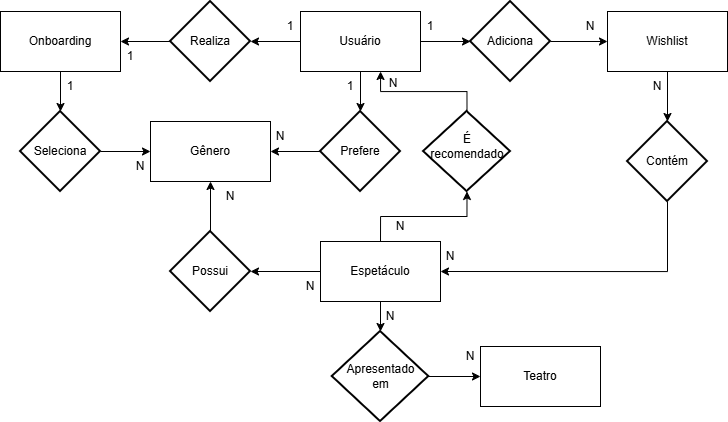
Above: assets/diagrama_logico.png in Kdu07/recomendashow (draw.io), before the change. Source tidied: cells renumbered, new cells last; positions are measured from the earlier drawing's top-left corner, leaving out a move shared by most shapes.
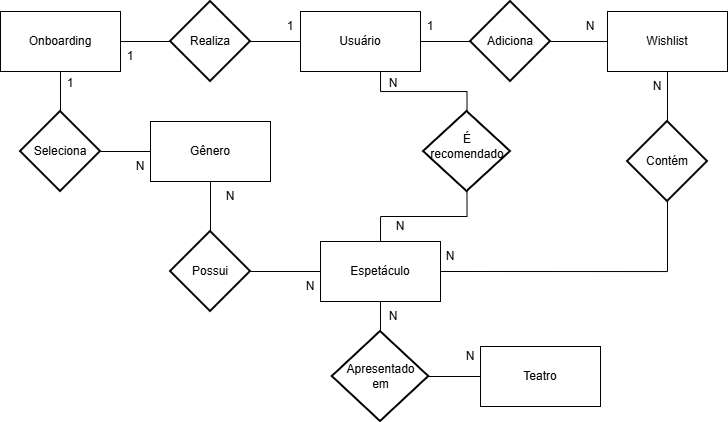
Later version of the same file.

Commit message:
docs: alteração da imagem do template do diagrama lógico, agora com a nomenclatura correta das setas para cada entidade

Change to the diagram source:
```diff
@@ -5,7 +5,7 @@
     <mxCell id="2" value="&lt;p dir=&quot;auto&quot; style=&quot;white-space: pre-wrap;&quot;&gt;Teatro&lt;/p&gt;" style="rounded=0;whiteSpace=wrap;html=1;" parent="1" vertex="1">
       <mxGeometry x="480" y="345" width="120" height="60" as="geometry" />
     </mxCell>
-    <mxCell id="3" style="edgeStyle=orthogonalEdgeStyle;rounded=0;jettySize=auto;html=1;exitX=0;exitY=0.5;exitDx=0;exitDy=0;" parent="1" edge="1" source="4" target="19">
+    <mxCell id="3" style="edgeStyle=orthogonalEdgeStyle;rounded=0;jettySize=auto;html=1;exitX=0;exitY=0.5;exitDx=0;exitDy=0;endArrow=none;endFill=0;" parent="1" edge="1" source="4" target="19">
       <mxGeometry relative="1" as="geometry" />
     </mxCell>
     <mxCell id="4" value="&lt;p dir=&quot;auto&quot; style=&quot;white-space: pre-wrap;&quot;&gt;Espetáculo&lt;/p&gt;" style="rounded=0;whiteSpace=wrap;html=1;" parent="1" vertex="1">
@@ -20,76 +20,67 @@
     <mxCell id="7" value="&lt;p dir=&quot;auto&quot; style=&quot;white-space: pre-wrap;&quot;&gt;Wishlist&lt;/p&gt;" style="rounded=0;whiteSpace=wrap;html=1;" parent="1" vertex="1">
       <mxGeometry x="607" y="10" width="120" height="60" as="geometry" />
     </mxCell>
-    <mxCell id="8" style="edgeStyle=orthogonalEdgeStyle;rounded=0;jettySize=auto;html=1;exitX=0.5;exitY=1;exitDx=0;exitDy=0;" parent="1" edge="1" source="9" target="14">
+    <mxCell id="8" style="edgeStyle=orthogonalEdgeStyle;rounded=0;jettySize=auto;html=1;exitX=0.5;exitY=1;exitDx=0;exitDy=0;endArrow=none;endFill=0;" parent="1" edge="1" source="9" target="14">
       <mxGeometry relative="1" as="geometry" />
     </mxCell>
     <mxCell id="9" value="&lt;p dir=&quot;auto&quot; style=&quot;white-space: pre-wrap;&quot;&gt;Onboarding&lt;/p&gt;" style="rounded=0;whiteSpace=wrap;html=1;" parent="1" vertex="1">
       <mxGeometry y="10" width="120" height="60" as="geometry" />
     </mxCell>
-    <mxCell id="10" style="edgeStyle=orthogonalEdgeStyle;rounded=0;jettySize=auto;html=1;exitX=0;exitY=0.5;exitDx=0;exitDy=0;exitPerimeter=0;entryX=1;entryY=0.5;entryDx=0;entryDy=0;endArrow=classic;endFill=1;" parent="1" edge="1" source="11" target="9">
+    <mxCell id="10" style="edgeStyle=orthogonalEdgeStyle;rounded=0;jettySize=auto;html=1;exitX=0;exitY=0.5;exitDx=0;exitDy=0;exitPerimeter=0;entryX=1;entryY=0.5;entryDx=0;entryDy=0;endArrow=none;endFill=0;" parent="1" edge="1" source="11" target="9">
       <mxGeometry relative="1" as="geometry" />
     </mxCell>
     <mxCell id="11" value="Realiza" style="strokeWidth=2;html=1;shape=mxgraph.flowchart.decision;whiteSpace=wrap;" parent="1" vertex="1">
       <mxGeometry x="170" width="80" height="80" as="geometry" />
     </mxCell>
-    <mxCell id="12" style="edgeStyle=orthogonalEdgeStyle;rounded=0;jettySize=auto;html=1;exitX=0;exitY=0.5;exitDx=0;exitDy=0;entryX=1;entryY=0.5;entryDx=0;entryDy=0;entryPerimeter=0;endArrow=classic;endFill=1;" parent="1" edge="1" source="6" target="11">
+    <mxCell id="12" style="edgeStyle=orthogonalEdgeStyle;rounded=0;jettySize=auto;html=1;exitX=0;exitY=0.5;exitDx=0;exitDy=0;entryX=1;entryY=0.5;entryDx=0;entryDy=0;entryPerimeter=0;endArrow=none;endFill=0;" parent="1" edge="1" source="6" target="11">
       <mxGeometry relative="1" as="geometry" />
     </mxCell>
-    <mxCell id="13" style="edgeStyle=orthogonalEdgeStyle;rounded=0;jettySize=auto;html=1;exitX=1;exitY=0.5;exitDx=0;exitDy=0;exitPerimeter=0;entryX=0;entryY=0.5;entryDx=0;entryDy=0;" parent="1" edge="1" source="14" target="5">
+    <mxCell id="13" style="edgeStyle=orthogonalEdgeStyle;rounded=0;jettySize=auto;html=1;exitX=1;exitY=0.5;exitDx=0;exitDy=0;exitPerimeter=0;entryX=0;entryY=0.5;entryDx=0;entryDy=0;endArrow=none;endFill=0;" parent="1" edge="1" source="14" target="5">
       <mxGeometry relative="1" as="geometry" />
     </mxCell>
     <mxCell id="14" value="Seleciona" style="strokeWidth=2;html=1;shape=mxgraph.flowchart.decision;whiteSpace=wrap;" parent="1" vertex="1">
       <mxGeometry x="20" y="110" width="80" height="80" as="geometry" />
     </mxCell>
-    <mxCell id="15" style="edgeStyle=orthogonalEdgeStyle;rounded=0;jettySize=auto;html=1;exitX=0;exitY=0.5;exitDx=0;exitDy=0;exitPerimeter=0;" parent="1" edge="1" source="16" target="5">
-      <mxGeometry relative="1" as="geometry" />
-    </mxCell>
-    <mxCell id="16" value="Prefere" style="strokeWidth=2;html=1;shape=mxgraph.flowchart.decision;whiteSpace=wrap;" parent="1" vertex="1">
-      <mxGeometry x="320" y="110" width="80" height="80" as="geometry" />
-    </mxCell>
-    <mxCell id="17" style="edgeStyle=orthogonalEdgeStyle;rounded=0;jettySize=auto;html=1;exitX=0.5;exitY=1;exitDx=0;exitDy=0;entryX=0.5;entryY=0;entryDx=0;entryDy=0;entryPerimeter=0;" parent="1" edge="1" source="6" target="16">
-      <mxGeometry relative="1" as="geometry" />
-    </mxCell>
-    <mxCell id="18" style="edgeStyle=orthogonalEdgeStyle;rounded=0;jettySize=auto;html=1;exitX=0.5;exitY=0;exitDx=0;exitDy=0;exitPerimeter=0;entryX=0.5;entryY=1;entryDx=0;entryDy=0;" parent="1" edge="1" source="19" target="5">
+    <mxCell id="18" style="edgeStyle=orthogonalEdgeStyle;rounded=0;jettySize=auto;html=1;exitX=0.5;exitY=0;exitDx=0;exitDy=0;exitPerimeter=0;entryX=0.5;entryY=1;entryDx=0;entryDy=0;endArrow=none;endFill=0;" parent="1" edge="1" source="19" target="5">
       <mxGeometry relative="1" as="geometry" />
     </mxCell>
     <mxCell id="19" value="Possui" style="strokeWidth=2;html=1;shape=mxgraph.flowchart.decision;whiteSpace=wrap;" parent="1" vertex="1">
       <mxGeometry x="170" y="230" width="80" height="80" as="geometry" />
     </mxCell>
-    <mxCell id="20" style="edgeStyle=orthogonalEdgeStyle;rounded=0;jettySize=auto;html=1;exitX=1;exitY=0.5;exitDx=0;exitDy=0;exitPerimeter=0;entryX=0;entryY=0.5;entryDx=0;entryDy=0;" parent="1" edge="1" source="21" target="2">
+    <mxCell id="20" style="edgeStyle=orthogonalEdgeStyle;rounded=0;jettySize=auto;html=1;exitX=1;exitY=0.5;exitDx=0;exitDy=0;exitPerimeter=0;entryX=0;entryY=0.5;entryDx=0;entryDy=0;endArrow=none;endFill=0;" parent="1" edge="1" source="21" target="2">
       <mxGeometry relative="1" as="geometry" />
     </mxCell>
     <mxCell id="21" value="Apresentado&lt;div&gt;em&lt;/div&gt;" style="strokeWidth=2;html=1;shape=mxgraph.flowchart.decision;whiteSpace=wrap;" parent="1" vertex="1">
       <mxGeometry x="331.8" y="330" width="96.5" height="90" as="geometry" />
     </mxCell>
-    <mxCell id="22" style="edgeStyle=orthogonalEdgeStyle;rounded=0;jettySize=auto;html=1;exitX=1;exitY=0.5;exitDx=0;exitDy=0;exitPerimeter=0;entryX=0;entryY=0.5;entryDx=0;entryDy=0;" parent="1" edge="1" source="23" target="7">
+    <mxCell id="22" style="edgeStyle=orthogonalEdgeStyle;rounded=0;jettySize=auto;html=1;exitX=1;exitY=0.5;exitDx=0;exitDy=0;exitPerimeter=0;entryX=0;entryY=0.5;entryDx=0;entryDy=0;endArrow=none;endFill=0;" parent="1" edge="1" source="23" target="7">
       <mxGeometry relative="1" as="geometry" />
     </mxCell>
     <mxCell id="23" value="Adiciona" style="strokeWidth=2;html=1;shape=mxgraph.flowchart.decision;whiteSpace=wrap;" parent="1" vertex="1">
       <mxGeometry x="470" width="80" height="80" as="geometry" />
     </mxCell>
-    <mxCell id="24" style="edgeStyle=orthogonalEdgeStyle;rounded=0;jettySize=auto;html=1;exitX=1;exitY=0.5;exitDx=0;exitDy=0;entryX=0;entryY=0.5;entryDx=0;entryDy=0;entryPerimeter=0;" parent="1" edge="1" source="6" target="23">
+    <mxCell id="24" style="edgeStyle=orthogonalEdgeStyle;rounded=0;jettySize=auto;html=1;exitX=1;exitY=0.5;exitDx=0;exitDy=0;entryX=0;entryY=0.5;entryDx=0;entryDy=0;entryPerimeter=0;endArrow=none;endFill=0;" parent="1" edge="1" source="6" target="23">
       <mxGeometry relative="1" as="geometry" />
     </mxCell>
-    <mxCell id="25" style="edgeStyle=orthogonalEdgeStyle;rounded=0;jettySize=auto;html=1;exitX=0.5;exitY=1;exitDx=0;exitDy=0;exitPerimeter=0;entryX=1;entryY=0.5;entryDx=0;entryDy=0;" parent="1" edge="1" source="26" target="4">
+    <mxCell id="25" style="edgeStyle=orthogonalEdgeStyle;rounded=0;jettySize=auto;html=1;exitX=0.5;exitY=1;exitDx=0;exitDy=0;exitPerimeter=0;entryX=1;entryY=0.5;entryDx=0;entryDy=0;endArrow=none;endFill=0;" parent="1" edge="1" source="26" target="4">
       <mxGeometry relative="1" as="geometry" />
     </mxCell>
     <mxCell id="26" value="&lt;p dir=&quot;auto&quot; style=&quot;white-space: pre-wrap;&quot;&gt;Contém&lt;/p&gt;" style="strokeWidth=2;html=1;shape=mxgraph.flowchart.decision;whiteSpace=wrap;" parent="1" vertex="1">
       <mxGeometry x="627" y="120" width="80" height="80" as="geometry" />
     </mxCell>
-    <mxCell id="27" style="edgeStyle=orthogonalEdgeStyle;rounded=0;jettySize=auto;html=1;exitX=0.5;exitY=1;exitDx=0;exitDy=0;entryX=0.5;entryY=0;entryDx=0;entryDy=0;entryPerimeter=0;" parent="1" edge="1" source="7" target="26">
+    <mxCell id="27" style="edgeStyle=orthogonalEdgeStyle;rounded=0;jettySize=auto;html=1;exitX=0.5;exitY=1;exitDx=0;exitDy=0;entryX=0.5;entryY=0;entryDx=0;entryDy=0;entryPerimeter=0;endArrow=none;endFill=0;" parent="1" edge="1" source="7" target="26">
       <mxGeometry relative="1" as="geometry" />
     </mxCell>
-    <mxCell id="28" style="edgeStyle=orthogonalEdgeStyle;rounded=0;jettySize=auto;html=1;exitX=0.5;exitY=1;exitDx=0;exitDy=0;entryX=0.5;entryY=0;entryDx=0;entryDy=0;entryPerimeter=0;" parent="1" edge="1" source="4" target="21">
+    <mxCell id="28" style="edgeStyle=orthogonalEdgeStyle;rounded=0;jettySize=auto;html=1;exitX=0.5;exitY=1;exitDx=0;exitDy=0;entryX=0.5;entryY=0;entryDx=0;entryDy=0;entryPerimeter=0;endArrow=none;endFill=0;" parent="1" edge="1" source="4" target="21">
       <mxGeometry relative="1" as="geometry" />
     </mxCell>
     <mxCell id="29" style="strokeWidth=2;html=1;shape=mxgraph.flowchart.decision;whiteSpace=wrap;" parent="1" vertex="1">
       <mxGeometry x="423" y="110" width="87" height="80" as="geometry" />
     </mxCell>
-    <mxCell id="30" style="edgeStyle=orthogonalEdgeStyle;rounded=0;jettySize=auto;html=1;exitX=0.5;exitY=0;exitDx=0;exitDy=0;entryX=0.5;entryY=1;entryDx=0;entryDy=0;entryPerimeter=0;" parent="1" edge="1" source="4" target="29">
+    <mxCell id="30" style="edgeStyle=orthogonalEdgeStyle;rounded=0;jettySize=auto;html=1;exitX=0.5;exitY=0;exitDx=0;exitDy=0;entryX=0.5;entryY=1;entryDx=0;entryDy=0;entryPerimeter=0;endArrow=none;endFill=0;" parent="1" edge="1" source="4" target="29">
       <mxGeometry relative="1" as="geometry" />
     </mxCell>
-    <mxCell id="31" style="edgeStyle=orthogonalEdgeStyle;rounded=0;jettySize=auto;html=1;exitX=0.5;exitY=0;exitDx=0;exitDy=0;exitPerimeter=0;entryX=0.667;entryY=1;entryDx=0;entryDy=0;entryPerimeter=0;" parent="1" edge="1" source="29" target="6">
+    <mxCell id="31" style="edgeStyle=orthogonalEdgeStyle;rounded=0;jettySize=auto;html=1;exitX=0.5;exitY=0;exitDx=0;exitDy=0;exitPerimeter=0;entryX=0.667;entryY=1;entryDx=0;entryDy=0;entryPerimeter=0;endArrow=none;endFill=0;" parent="1" edge="1" source="29" target="6">
       <mxGeometry relative="1" as="geometry" />
     </mxCell>
     <mxCell id="32" value="1" style="text;html=1;whiteSpace=wrap;strokeColor=none;fillColor=none;align=center;verticalAlign=middle;rounded=0;" parent="1" vertex="1">
@@ -99,7 +90,7 @@
       <mxGeometry x="100" y="40" width="60" height="30" as="geometry" />
     </mxCell>
     <mxCell id="34" value="1" style="text;html=1;whiteSpace=wrap;strokeColor=none;fillColor=none;align=center;verticalAlign=middle;rounded=0;" parent="1" vertex="1">
-      <mxGeometry x="40" y="70" width="60" height="30" as="geometry" />
+      <mxGeometry x="40" y="67" width="60" height="30" as="geometry" />
     </mxCell>
     <mxCell id="35" value="N" style="text;html=1;whiteSpace=wrap;strokeColor=none;fillColor=none;align=center;verticalAlign=middle;rounded=0;" parent="1" vertex="1">
       <mxGeometry x="110" y="150" width="60" height="30" as="geometry" />
@@ -110,14 +101,8 @@
     <mxCell id="37" value="N" style="text;html=1;whiteSpace=wrap;strokeColor=none;fillColor=none;align=center;verticalAlign=middle;rounded=0;" parent="1" vertex="1">
       <mxGeometry x="200" y="180" width="60" height="30" as="geometry" />
     </mxCell>
-    <mxCell id="38" value="1" style="text;html=1;whiteSpace=wrap;strokeColor=none;fillColor=none;align=center;verticalAlign=middle;rounded=0;" parent="1" vertex="1">
-      <mxGeometry x="320" y="70" width="60" height="30" as="geometry" />
-    </mxCell>
-    <mxCell id="39" value="N" style="text;html=1;whiteSpace=wrap;strokeColor=none;fillColor=none;align=center;verticalAlign=middle;rounded=0;" parent="1" vertex="1">
-      <mxGeometry x="250" y="120" width="60" height="30" as="geometry" />
-    </mxCell>
     <mxCell id="40" value="N" style="text;html=1;whiteSpace=wrap;strokeColor=none;fillColor=none;align=center;verticalAlign=middle;rounded=0;" parent="1" vertex="1">
-      <mxGeometry x="360" y="300" width="60" height="30" as="geometry" />
+      <mxGeometry x="363" y="300" width="60" height="30" as="geometry" />
     </mxCell>
     <mxCell id="41" value="N" style="text;html=1;whiteSpace=wrap;strokeColor=none;fillColor=none;align=center;verticalAlign=middle;rounded=0;" parent="1" vertex="1">
       <mxGeometry x="440" y="340" width="60" height="30" as="geometry" />
```
